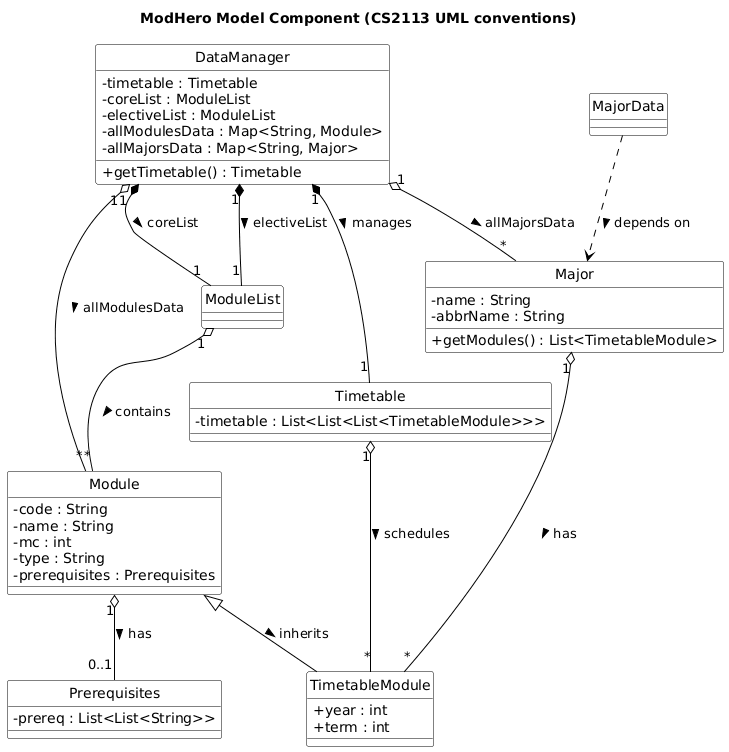
The PlantUML diagram docs/diagrams/ModelClassDiagram.png in mendax1234/tp, before a commit.
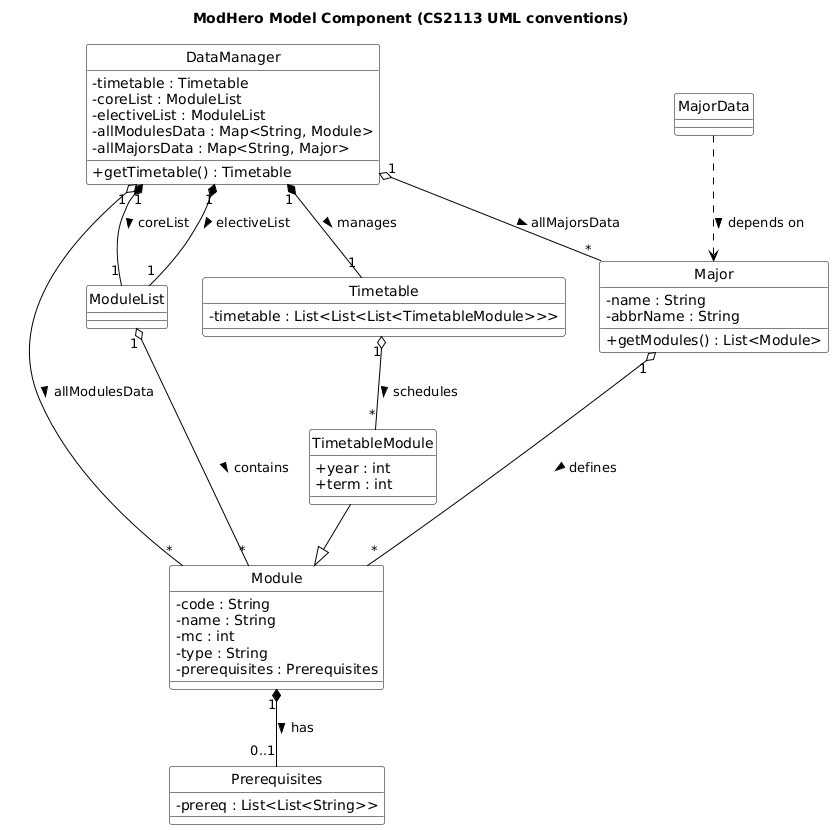
Later version of the same file.

Diff of the diagram source:
```diff
@@ -24,7 +24,7 @@
 class Major {
   - name : String
   - abbrName : String
-  + getModules() : List<TimetableModule>
+  + getModules() : List<Module>
 }
 
 class MajorData
@@ -59,11 +59,11 @@
 DataManager "1" o-- "*" Module : allModulesData >
 DataManager "1" o-- "*" Major : allMajorsData >
 
-Major "1" o-- "*" TimetableModule : has >
+Major "1" o-- "*" Module : defines >
 ModuleList "1" o-- "*" Module : contains >
-Module "1" o-- "0..1" Prerequisites : has >
+Module "1" *-- "0..1" Prerequisites : has >
 Timetable "1" o-- "*" TimetableModule : schedules >
 MajorData ..> Major : depends on >
 
-Module <|-- TimetableModule : inherits >
+TimetableModule --|> Module
 @enduml
```
